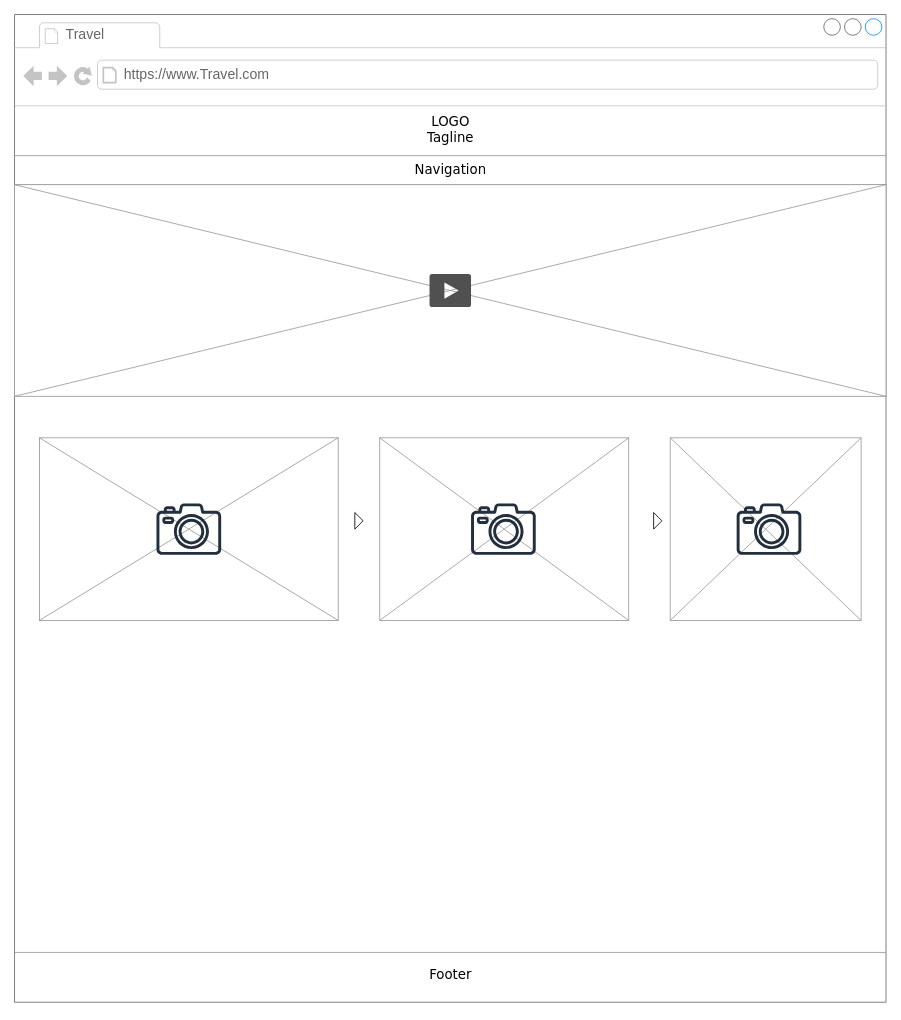
Earlier version of the draw.io diagram Untitled Diagram.drawio (bethsirak/bethsirak). Source tidied: cells renumbered, new cells numbered last; positions are measured from the earlier drawing's top-left corner, leaving out a move shared by most shapes. Both pictures are drawn from the tidied source at 83%, with x=0, y=0 at pixel (14, 14).
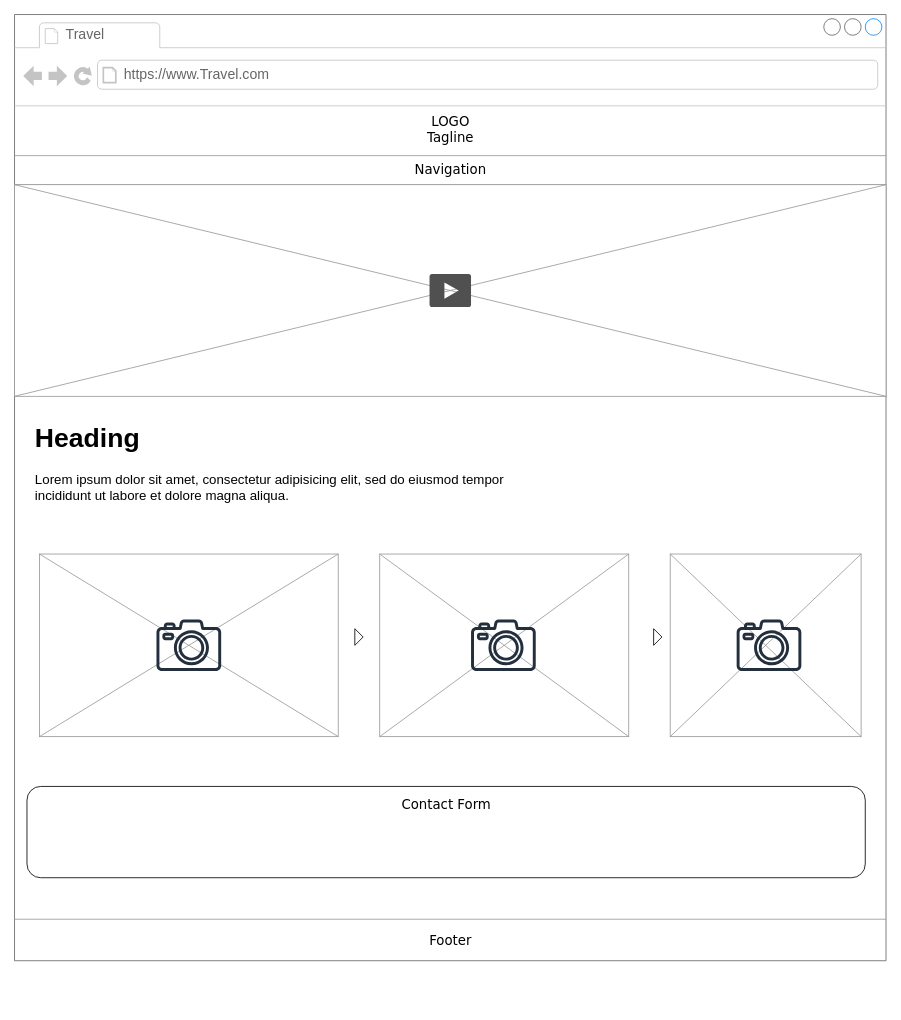
The same page after the edit.

Change to the diagram source:
```diff
@@
     <mxCell id="2" style="strokeWidth=1;shadow=0;dashed=0;align=center;html=1;shape=mxgraph.mockup.containers.browserWindow;rSize=0;strokeColor=#666666;mainText=,;rounded=0;labelBackgroundColor=none;fontFamily=Verdana;fontSize=12;" parent="1" vertex="1">
-      <mxGeometry width="1050" height="1190" as="geometry" />
+      <mxGeometry width="1050" height="1140" as="geometry" />
     </mxCell>
@@
     <mxCell id="8" style="verticalLabelPosition=bottom;shadow=0;dashed=0;align=center;html=1;verticalAlign=top;strokeWidth=1;shape=mxgraph.mockup.graphics.simpleIcon;strokeColor=#999999;fillColor=#ffffff;rounded=0;labelBackgroundColor=none;fontFamily=Verdana;fontSize=12;fontColor=#000000;" parent="2" vertex="1">
-      <mxGeometry x="30" y="510" width="360" height="220" as="geometry" />
+      <mxGeometry x="30" y="650" width="360" height="220" as="geometry" />
     </mxCell>
@@
     <mxCell id="10" style="verticalLabelPosition=bottom;shadow=0;dashed=0;align=center;html=1;verticalAlign=top;strokeWidth=1;shape=mxgraph.mockup.graphics.simpleIcon;strokeColor=#999999;fillColor=#ffffff;rounded=0;labelBackgroundColor=none;fontFamily=Verdana;fontSize=12;fontColor=#000000;" parent="2" vertex="1">
-      <mxGeometry x="440" y="510" width="300" height="220" as="geometry" />
+      <mxGeometry x="440" y="650" width="300" height="220" as="geometry" />
     </mxCell>
@@
     <mxCell id="12" style="verticalLabelPosition=bottom;shadow=0;dashed=0;align=center;html=1;verticalAlign=top;strokeWidth=1;shape=mxgraph.mockup.graphics.simpleIcon;strokeColor=#999999;fillColor=#ffffff;rounded=0;labelBackgroundColor=none;fontFamily=Verdana;fontSize=12;fontColor=#000000;" parent="2" vertex="1">
-      <mxGeometry x="790" y="510" width="230" height="220" as="geometry" />
+      <mxGeometry x="790" y="650" width="230" height="220" as="geometry" />
     </mxCell>
-    <mxCell id="13" value="Footer" style="text;html=1;align=center;verticalAlign=top;spacingTop=-4;fontSize=16;fontFamily=Verdana;" parent="2" vertex="1">
-      <mxGeometry x="355" y="1144" width="340" height="50" as="geometry" />
-    </mxCell>
-    <mxCell id="14" style="verticalLabelPosition=bottom;shadow=0;dashed=0;align=center;html=1;verticalAlign=top;strokeWidth=1;shape=mxgraph.mockup.markup.line;strokeColor=#999999;rounded=0;labelBackgroundColor=none;fillColor=#ffffff;fontFamily=Verdana;fontSize=12;fontColor=#000000;" parent="2" vertex="1">
-      <mxGeometry y="1120" width="1050" height="20" as="geometry" />
-    </mxCell>
@@
     <mxCell id="16" style="edgeStyle=orthogonalEdgeStyle;rounded=0;orthogonalLoop=1;jettySize=auto;html=1;exitX=0.5;exitY=1;exitDx=0;exitDy=0;fontSize=16;" parent="2" edge="1">
       <mxGeometry relative="1" as="geometry">
-        <mxPoint x="195" y="500" as="sourcePoint" />
-        <mxPoint x="195" y="500" as="targetPoint" />
+        <mxPoint x="195" y="640" as="sourcePoint" />
+        <mxPoint x="195" y="640" as="targetPoint" />
       </mxGeometry>
     </mxCell>
     <mxCell id="17" style="triangle;whiteSpace=wrap;html=1;fontSize=16;" parent="2" vertex="1">
-      <mxGeometry x="770" y="600" width="10" height="20" as="geometry" />
+      <mxGeometry x="770" y="740" width="10" height="20" as="geometry" />
     </mxCell>
     <mxCell id="18" style="triangle;whiteSpace=wrap;html=1;fontSize=16;" parent="2" vertex="1">
-      <mxGeometry x="410" y="600" width="10" height="20" as="geometry" />
+      <mxGeometry x="410" y="740" width="10" height="20" as="geometry" />
     </mxCell>
     <mxCell id="19" style="sketch=0;fontColor=#232F3E;gradientColor=none;fillColor=#232F3D;strokeColor=none;dashed=0;verticalLabelPosition=bottom;verticalAlign=top;align=center;html=1;fontSize=12;fontStyle=0;shape=mxgraph.aws4.camera2;" parent="2" vertex="1">
-      <mxGeometry x="171" y="589" width="78" height="62" as="geometry" />
+      <mxGeometry x="171" y="729" width="78" height="62" as="geometry" />
     </mxCell>
     <mxCell id="20" style="sketch=0;fontColor=#232F3E;gradientColor=none;fillColor=#232F3D;strokeColor=none;dashed=0;verticalLabelPosition=bottom;verticalAlign=top;align=center;html=1;fontSize=12;fontStyle=0;shape=mxgraph.aws4.camera2;" parent="2" vertex="1">
-      <mxGeometry x="870" y="589" width="78" height="62" as="geometry" />
+      <mxGeometry x="870" y="729" width="78" height="62" as="geometry" />
     </mxCell>
+    <mxCell id="23" style="rounded=1;whiteSpace=wrap;html=1;fontSize=16;" parent="2" vertex="1">
+      <mxGeometry x="15" y="930" width="1010" height="110" as="geometry" />
+    </mxCell>
+    <mxCell id="24" value="Contact Form" style="text;html=1;align=center;verticalAlign=top;spacingTop=-4;fontSize=16;fontFamily=Verdana;" parent="2" vertex="1">
+      <mxGeometry x="350" y="940" width="340" height="50" as="geometry" />
+    </mxCell>
+    <mxCell id="25" value="&lt;h1&gt;Heading&lt;/h1&gt;&lt;p&gt;Lorem ipsum dolor sit amet, consectetur adipisicing elit, sed do eiusmod tempor incididunt ut labore et dolore magna aliqua.&lt;/p&gt;" style="text;html=1;strokeColor=none;fillColor=none;spacing=5;spacingTop=-20;whiteSpace=wrap;overflow=hidden;rounded=0;fontSize=16;" parent="2" vertex="1">
+      <mxGeometry x="20" y="480" width="620" height="330" as="geometry" />
+    </mxCell>
@@
+    <mxCell id="13" value="Footer" style="text;html=1;align=center;verticalAlign=top;spacingTop=-4;fontSize=16;fontFamily=Verdana;" parent="1" vertex="1">
+      <mxGeometry x="355" y="1104" width="340" height="50" as="geometry" />
+    </mxCell>
+    <mxCell id="14" style="verticalLabelPosition=bottom;shadow=0;dashed=0;align=center;html=1;verticalAlign=top;strokeWidth=1;shape=mxgraph.mockup.markup.line;strokeColor=#999999;rounded=0;labelBackgroundColor=none;fillColor=#ffffff;fontFamily=Verdana;fontSize=12;fontColor=#000000;" parent="1" vertex="1">
+      <mxGeometry y="1080" width="1050" height="20" as="geometry" />
+    </mxCell>
```
